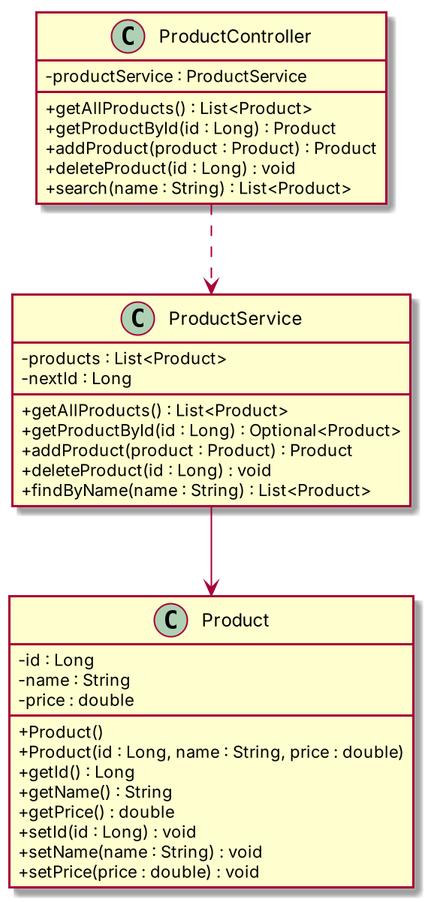
Above: docs/uml/Product.png in ASHENDRA2004/products-api (PlantUML), before the change. Its source is kept beside it as docs/uml/Product.puml. Source of this version:
```plantuml
@startuml

skinparam classAttributeIconSize 0
scale 2

class Product {
  - id : Long
  - name : String
  - price : double
  + Product()
  + Product(id : Long, name : String, price : double)
  + getId() : Long
  + getName() : String
  + getPrice() : double
  + setId(id : Long) : void
  + setName(name : String) : void
  + setPrice(price : double) : void
}

class ProductService {
  - products : List<Product>
  - nextId : Long
  + getAllProducts() : List<Product>
  + getProductById(id : Long) : Optional<Product>
  + addProduct(product : Product) : Product
  + deleteProduct(id : Long) : void
  + findByName(name : String) : List<Product>
}

class ProductController {
  - productService : ProductService
  + getAllProducts() : List<Product>
  + getProductById(id : Long) : Product
  + addProduct(product : Product) : Product
  + deleteProduct(id : Long) : void
  + search(name : String) : List<Product>
}

ProductController ..> ProductService

ProductService --> Product

@enduml
```
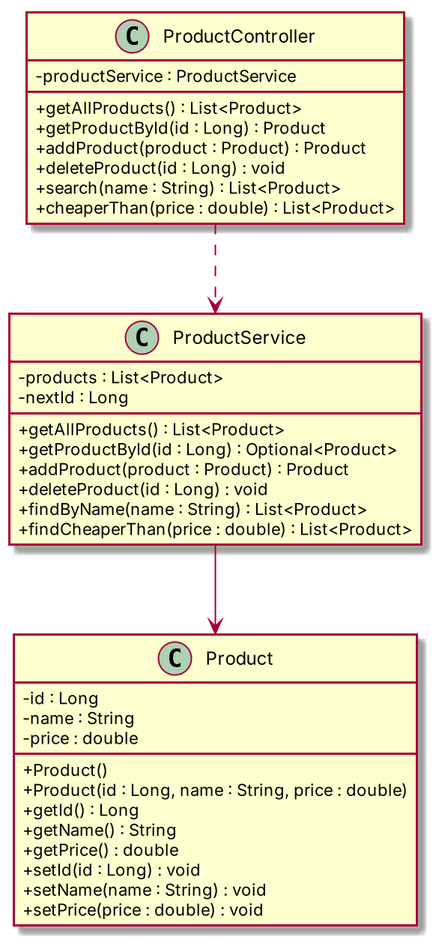
Above is the later version.

What changed in the source:
```diff
@@ -25,6 +25,7 @@
   + addProduct(product : Product) : Product
   + deleteProduct(id : Long) : void
   + findByName(name : String) : List<Product>
+  + findCheaperThan(price : double) : List<Product>
 }
 
 class ProductController {
@@ -34,6 +35,7 @@
   + addProduct(product : Product) : Product
   + deleteProduct(id : Long) : void
   + search(name : String) : List<Product>
+  + cheaperThan(price : double) : List<Product>
 }
 
 ProductController ..> ProductService
```
